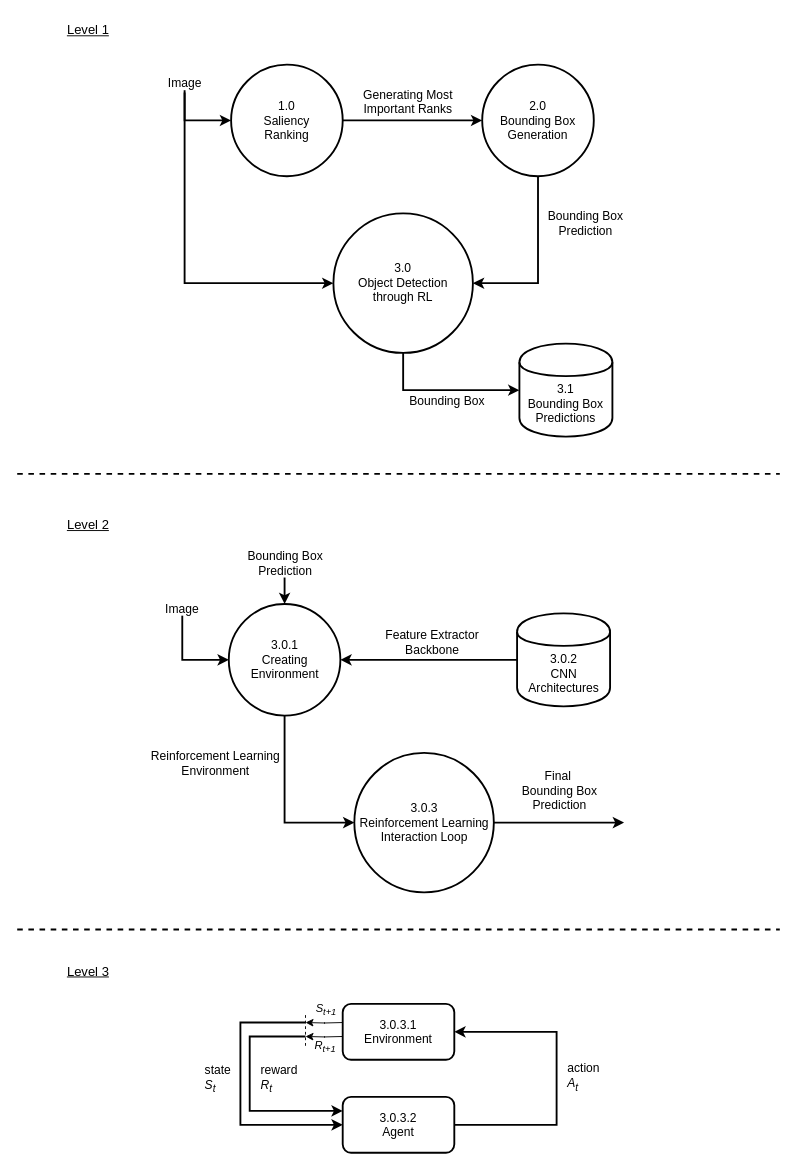
The draw.io diagram page "DFD LvL1" (3 of 3) of Diagrams/Diagrams.drawio in mbar0075/SaRLVision, before the edit. Source tidied: cells renumbered, new cells numbered last; positions are measured from the earlier drawing's top-left corner, leaving out a move shared by most shapes. Both pictures are drawn from the tidied source at 93%, with x=0, y=0 at pixel (17, 16).
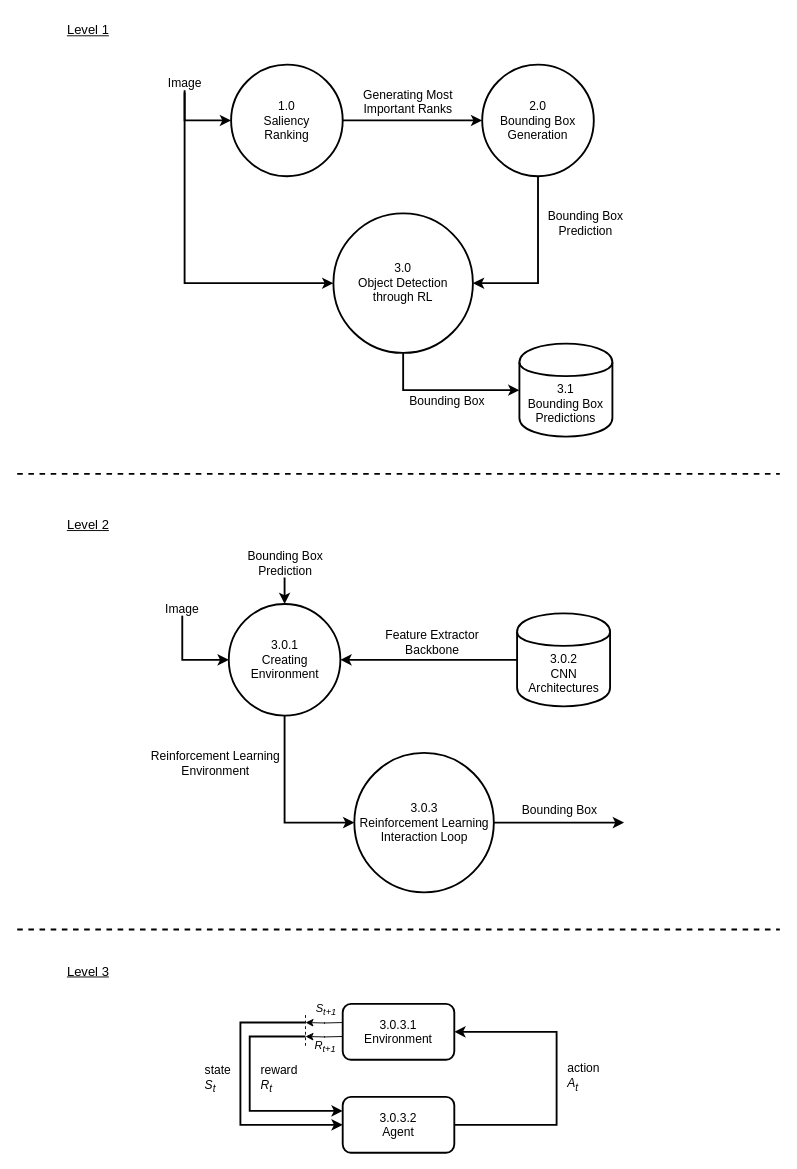
The same page after the edit.

Unchanged cells that the change refers to:
```xml
<mxCell id="26" style="edgeStyle=orthogonalEdgeStyle;rounded=0;jettySize=auto;html=1;exitX=1;exitY=0.5;exitDx=0;exitDy=0;strokeWidth=2;" parent="1" edge="1" source="28">
  <mxGeometry relative="1" as="geometry">
    <mxPoint x="652.5" y="867" as="targetPoint" />
  </mxGeometry>
</mxCell>
```

Change to the diagram source:
```diff
@@
-    <mxCell id="27" value="&lt;font style=&quot;font-size: 13px;&quot;&gt;Final&amp;nbsp; &lt;br&gt;Bounding Box &lt;br&gt;Prediction&lt;/font&gt;" style="edgeLabel;html=1;align=center;verticalAlign=middle;" parent="26" vertex="1">
+    <mxCell id="27" value="&lt;span style=&quot;font-size: 13px;&quot;&gt;Bounding Box&lt;/span&gt;" style="edgeLabel;html=1;align=center;verticalAlign=middle;" parent="26" vertex="1">
       <mxGeometry x="0.19" y="1" relative="1" as="geometry">
-        <mxPoint x="-13" y="-34" as="offset" />
+        <mxPoint x="-13" y="-14" as="offset" />
       </mxGeometry>
     </mxCell>
```
